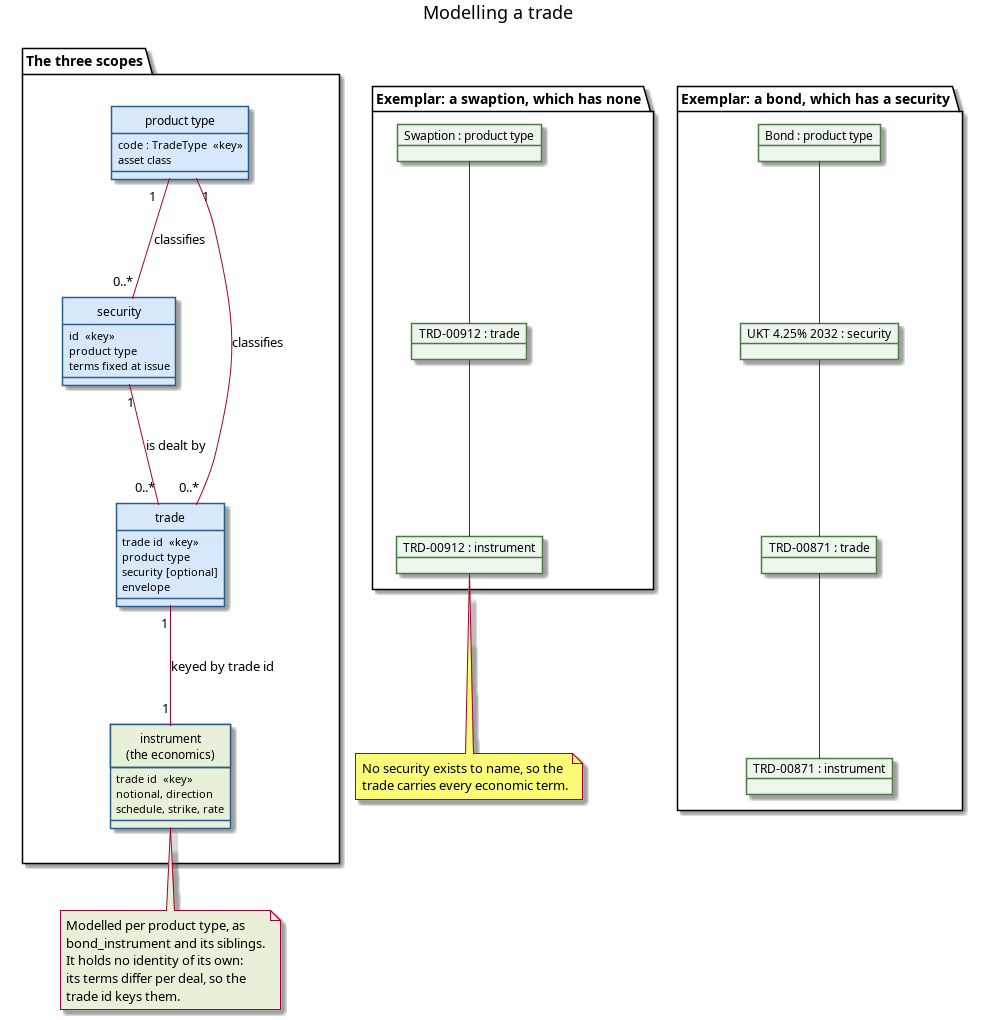
Above: doc/knowledge/architecture/modelling_a_trade.png in OreStudio/OreStudio (PlantUML), before the change. Its source is kept beside it as doc/knowledge/architecture/modelling_a_trade.puml.
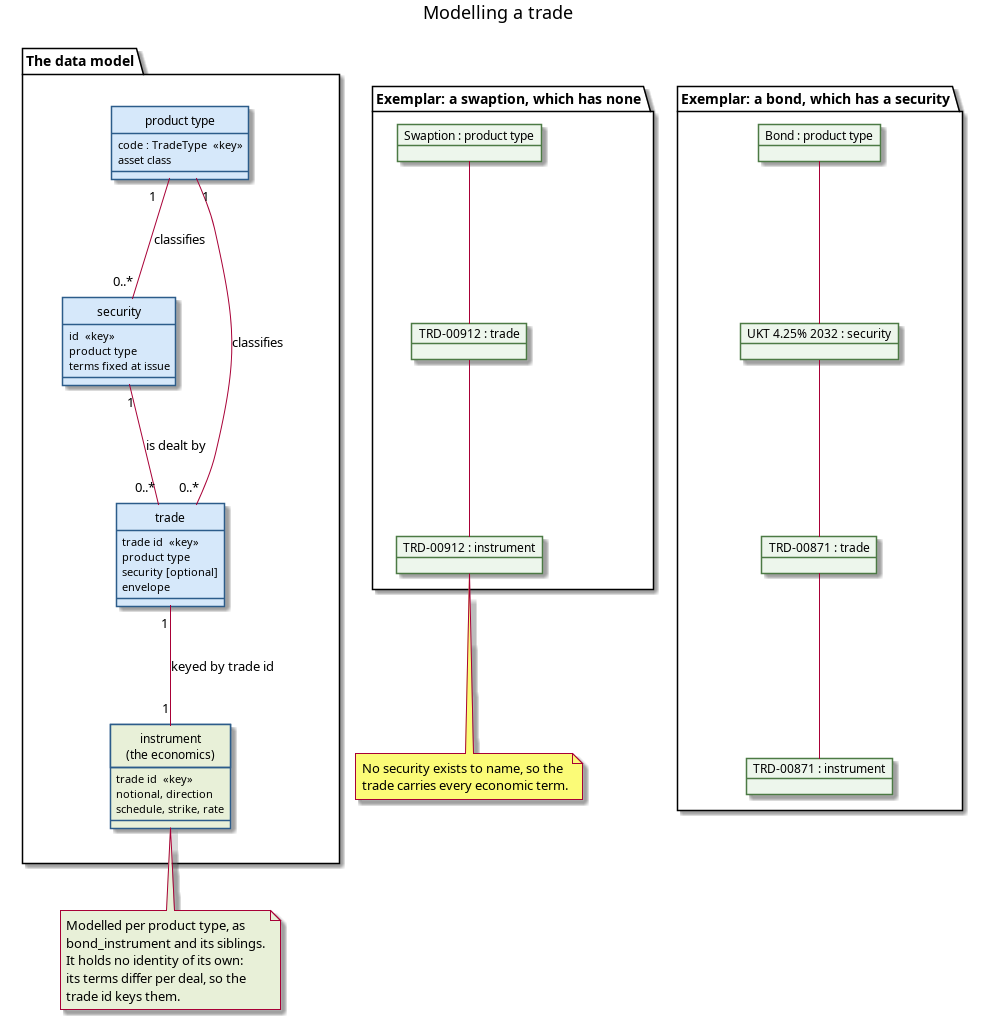
The same file after the commit.

Commit message:
[doc] Revise the trade modelling page

What changed in the source:
```diff
@@ -14,7 +14,7 @@
     BorderColor #4C7A44
 }
 
-package "The three scopes" {
+package "The data model" {
     class "product type" as pt {
         code : TradeType  <<key>>
         asset class
```
